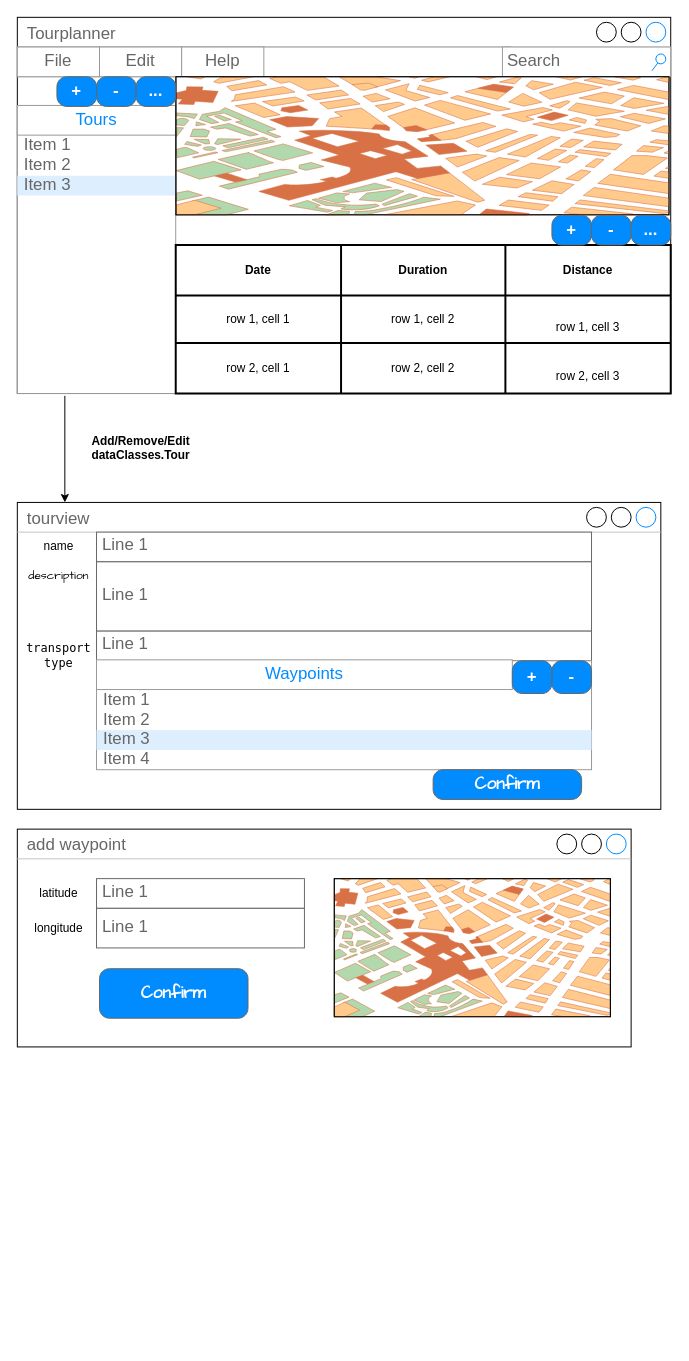
Earlier version of the draw.io diagram wireframe.drawio (GerritKreuzer/Tourplanner). Source tidied: cells renumbered, new cells numbered last; positions are measured from the earlier drawing's top-left corner, leaving out a move shared by most shapes. Both pictures are drawn from the tidied source at 99%, with x=0, y=0 at pixel (17, 17).
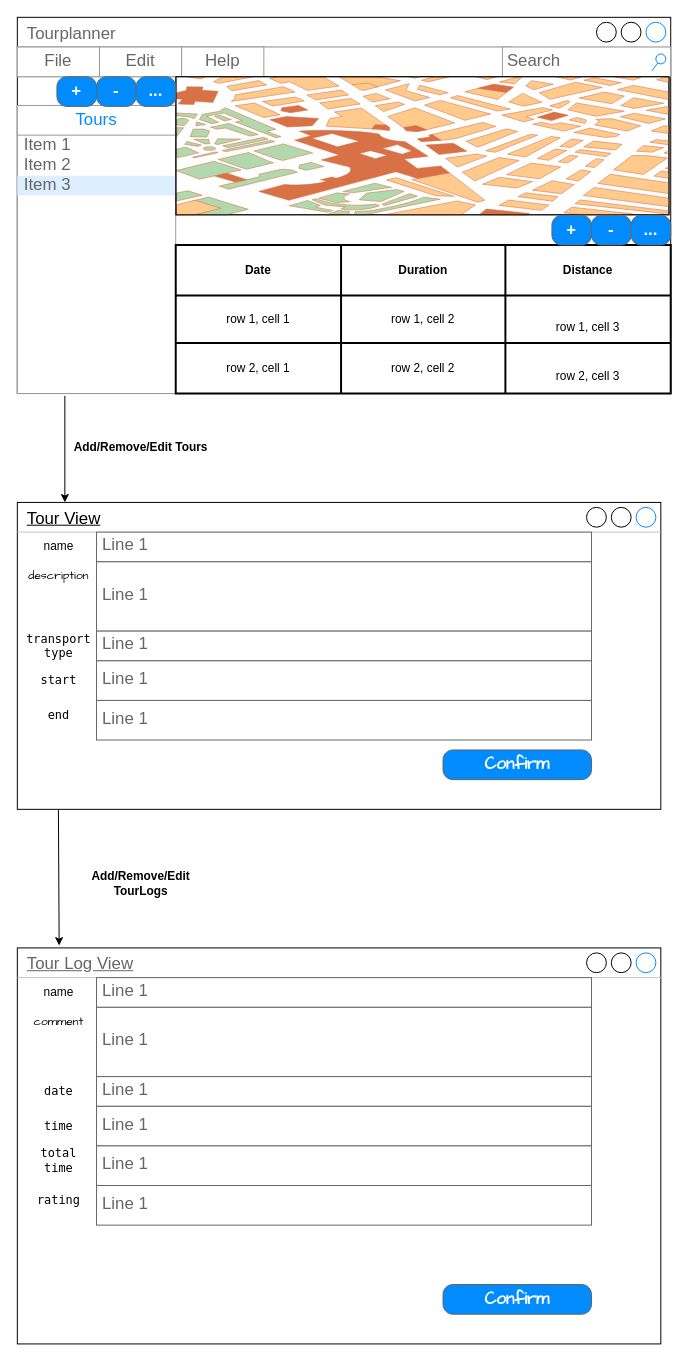
Above is the later version.

Diff of the diagram source:
```diff
@@
-    <mxCell id="34" value="&lt;b&gt;Add/Remove/Edit dataClasses.Tour&lt;br&gt;&lt;/b&gt;" style="text;html=1;strokeColor=none;fillColor=none;align=center;verticalAlign=middle;whiteSpace=wrap;rounded=0;" parent="1" vertex="1">
+    <mxCell id="34" value="&lt;div&gt;&lt;b&gt;Add/Remove/Edit Tours&lt;/b&gt;&lt;/div&gt;" style="text;html=1;strokeColor=none;fillColor=none;align=center;verticalAlign=middle;whiteSpace=wrap;rounded=0;" parent="1" vertex="1">
       <mxGeometry x="50" y="420" width="150" height="30" as="geometry" />
     </mxCell>
-    <mxCell id="35" value="tourview" style="strokeWidth=1;shadow=0;dashed=0;align=center;html=1;shape=mxgraph.mockup.containers.window;align=left;verticalAlign=top;spacingLeft=8;strokeColor2=#008cff;strokeColor3=#c4c4c4;fontColor=#666666;mainText=;fontSize=17;labelBackgroundColor=none;whiteSpace=wrap;" parent="1" vertex="1">
+    <mxCell id="35" value="Tour View" style="strokeWidth=1;shadow=0;dashed=0;align=center;html=1;shape=mxgraph.mockup.containers.window;align=left;verticalAlign=top;spacingLeft=8;strokeColor2=#008cff;strokeColor3=#c4c4c4;mainText=;fontSize=17;labelBackgroundColor=none;whiteSpace=wrap;fontStyle=4;" parent="1" vertex="1">
       <mxGeometry y="490" width="650" height="310" as="geometry" />
     </mxCell>
@@
     <mxCell id="41" value="transport type" style="text;html=1;strokeColor=none;fillColor=none;align=center;verticalAlign=middle;whiteSpace=wrap;rounded=0;fontFamily=Lucida Console;" parent="1" vertex="1">
-      <mxGeometry x="12" y="630" width="60" height="30" as="geometry" />
+      <mxGeometry x="12" y="620" width="60" height="30" as="geometry" />
     </mxCell>
-    <mxCell id="42" style="strokeWidth=1;shadow=0;dashed=0;align=center;html=1;shape=mxgraph.mockup.forms.rrect;rSize=0;strokeColor=#999999;fillColor=#ffffff;fontFamily=Comic Sans MS;" parent="1" vertex="1">
-      <mxGeometry x="80" y="650" width="500" height="110" as="geometry" />
-    </mxCell>
-    <mxCell id="43" value="Waypoints" style="strokeWidth=1;shadow=0;dashed=0;align=center;html=1;shape=mxgraph.mockup.forms.rrect;rSize=0;strokeColor=#999999;fontColor=#008cff;fontSize=17;fillColor=#ffffff;whiteSpace=wrap;" parent="42" vertex="1">
-      <mxGeometry width="420" height="30" relative="1" as="geometry">
-        <mxPoint y="-1" as="offset" />
-      </mxGeometry>
-    </mxCell>
-    <mxCell id="44" value="Item 1" style="strokeWidth=1;shadow=0;dashed=0;align=center;html=1;shape=mxgraph.mockup.forms.anchor;fontSize=17;fontColor=#666666;align=left;spacingLeft=5;whiteSpace=wrap;" parent="42" vertex="1">
-      <mxGeometry width="500" height="20" relative="1" as="geometry">
-        <mxPoint y="30" as="offset" />
-      </mxGeometry>
-    </mxCell>
-    <mxCell id="45" value="Item 2" style="strokeWidth=1;shadow=0;dashed=0;align=center;html=1;shape=mxgraph.mockup.forms.anchor;fontSize=17;fontColor=#666666;align=left;spacingLeft=5;whiteSpace=wrap;" parent="42" vertex="1">
-      <mxGeometry width="500" height="20" relative="1" as="geometry">
-        <mxPoint y="50" as="offset" />
-      </mxGeometry>
-    </mxCell>
-    <mxCell id="46" value="Item 3" style="strokeWidth=1;shadow=0;dashed=0;align=center;html=1;shape=mxgraph.mockup.forms.rrect;rSize=0;fontSize=17;fontColor=#666666;align=left;spacingLeft=5;fillColor=#ddeeff;strokeColor=none;whiteSpace=wrap;" parent="42" vertex="1">
-      <mxGeometry width="500" height="20" relative="1" as="geometry">
-        <mxPoint y="70" as="offset" />
-      </mxGeometry>
-    </mxCell>
-    <mxCell id="47" value="Item 4" style="strokeWidth=1;shadow=0;dashed=0;align=center;html=1;shape=mxgraph.mockup.forms.anchor;fontSize=17;fontColor=#666666;align=left;spacingLeft=5;whiteSpace=wrap;" parent="42" vertex="1">
-      <mxGeometry width="500" height="20" relative="1" as="geometry">
-        <mxPoint y="90" as="offset" />
-      </mxGeometry>
-    </mxCell>
-    <mxCell id="48" value="+" style="strokeWidth=1;shadow=0;dashed=0;align=center;html=1;shape=mxgraph.mockup.buttons.button;strokeColor=#666666;fontColor=#ffffff;mainText=;buttonStyle=round;fontSize=17;fontStyle=1;fillColor=#008cff;whiteSpace=wrap;" parent="42" vertex="1">
-      <mxGeometry x="420" width="40" height="33" as="geometry" />
-    </mxCell>
-    <mxCell id="49" value="-" style="strokeWidth=1;shadow=0;dashed=0;align=center;html=1;shape=mxgraph.mockup.buttons.button;strokeColor=#666666;fontColor=#ffffff;mainText=;buttonStyle=round;fontSize=17;fontStyle=1;fillColor=#008cff;whiteSpace=wrap;" parent="42" vertex="1">
-      <mxGeometry x="460" width="40" height="33" as="geometry" />
-    </mxCell>
-    <mxCell id="50" value="&lt;div&gt;add waypoint&lt;/div&gt;&lt;div&gt;&lt;br&gt;&lt;/div&gt;" style="strokeWidth=1;shadow=0;dashed=0;align=center;html=1;shape=mxgraph.mockup.containers.window;align=left;verticalAlign=top;spacingLeft=8;strokeColor2=#008cff;strokeColor3=#c4c4c4;fontColor=#666666;mainText=;fontSize=17;labelBackgroundColor=none;whiteSpace=wrap;" parent="1" vertex="1">
-      <mxGeometry y="820" width="620" height="220" as="geometry" />
-    </mxCell>
-    <mxCell id="51" value="Line 1" style="strokeWidth=1;shadow=0;dashed=0;align=center;html=1;shape=mxgraph.mockup.text.textBox;fontColor=#666666;align=left;fontSize=17;spacingLeft=4;spacingTop=-3;whiteSpace=wrap;strokeColor=#666666;mainText=;" parent="1" vertex="1">
-      <mxGeometry x="80" y="870" width="210" height="30" as="geometry" />
-    </mxCell>
-    <mxCell id="52" value="Line 1" style="strokeWidth=1;shadow=0;dashed=0;align=center;html=1;shape=mxgraph.mockup.text.textBox;fontColor=#666666;align=left;fontSize=17;spacingLeft=4;spacingTop=-3;whiteSpace=wrap;strokeColor=#666666;mainText=;" parent="1" vertex="1">
-      <mxGeometry x="80" y="900" width="210" height="40" as="geometry" />
-    </mxCell>
-    <mxCell id="53" value="latitude" style="text;html=1;strokeColor=none;fillColor=none;align=center;verticalAlign=middle;whiteSpace=wrap;rounded=0;" parent="1" vertex="1">
-      <mxGeometry x="12" y="870" width="60" height="30" as="geometry" />
-    </mxCell>
-    <mxCell id="54" value="longitude" style="text;html=1;strokeColor=none;fillColor=none;align=center;verticalAlign=middle;whiteSpace=wrap;rounded=0;" parent="1" vertex="1">
-      <mxGeometry x="12" y="905" width="60" height="30" as="geometry" />
-    </mxCell>
-    <mxCell id="55" style="verticalLabelPosition=bottom;shadow=0;dashed=0;align=center;html=1;verticalAlign=top;strokeWidth=1;shape=mxgraph.mockup.misc.map;" parent="1" vertex="1">
-      <mxGeometry x="320" y="870" width="280" height="140" as="geometry" />
-    </mxCell>
+    <mxCell id="57" value="Confirm" style="strokeWidth=1;shadow=0;dashed=0;align=center;html=1;shape=mxgraph.mockup.buttons.button;strokeColor=#666666;fontColor=#ffffff;mainText=;buttonStyle=round;fontSize=17;fontStyle=1;fillColor=#008cff;whiteSpace=wrap;fontFamily=Comic Sans MS;" parent="1" vertex="1">
+      <mxGeometry x="430" y="740" width="150" height="30" as="geometry" />
+    </mxCell>
+    <mxCell id="58" value="start" style="text;html=1;strokeColor=none;fillColor=none;align=center;verticalAlign=middle;whiteSpace=wrap;rounded=0;fontFamily=Lucida Console;" parent="1" vertex="1">
+      <mxGeometry x="12" y="655" width="60" height="30" as="geometry" />
+    </mxCell>
+    <mxCell id="59" value="Line 1" style="strokeWidth=1;shadow=0;dashed=0;align=center;html=1;shape=mxgraph.mockup.text.textBox;fontColor=#666666;align=left;fontSize=17;spacingLeft=4;spacingTop=-3;whiteSpace=wrap;strokeColor=#666666;mainText=;" parent="1" vertex="1">
+      <mxGeometry x="80" y="650" width="500" height="40" as="geometry" />
+    </mxCell>
+    <mxCell id="60" value="end" style="text;html=1;strokeColor=none;fillColor=none;align=center;verticalAlign=middle;whiteSpace=wrap;rounded=0;fontFamily=Lucida Console;" parent="1" vertex="1">
+      <mxGeometry x="12" y="690" width="60" height="30" as="geometry" />
+    </mxCell>
+    <mxCell id="61" value="Line 1" style="strokeWidth=1;shadow=0;dashed=0;align=center;html=1;shape=mxgraph.mockup.text.textBox;fontColor=#666666;align=left;fontSize=17;spacingLeft=4;spacingTop=-3;whiteSpace=wrap;strokeColor=#666666;mainText=;" parent="1" vertex="1">
+      <mxGeometry x="80" y="690" width="500" height="40" as="geometry" />
+    </mxCell>
+    <mxCell id="62" value="&lt;div&gt;Tour Log View&lt;/div&gt;&lt;div&gt;&lt;br&gt;&lt;/div&gt;" style="strokeWidth=1;shadow=0;dashed=0;align=center;html=1;shape=mxgraph.mockup.containers.window;align=left;verticalAlign=top;spacingLeft=8;strokeColor2=#008cff;strokeColor3=#c4c4c4;fontColor=#666666;mainText=;fontSize=17;labelBackgroundColor=none;whiteSpace=wrap;fontStyle=4;" parent="1" vertex="1">
+      <mxGeometry y="940" width="650" height="400" as="geometry" />
+    </mxCell>
+    <mxCell id="63" value="Line 1" style="strokeWidth=1;shadow=0;dashed=0;align=center;html=1;shape=mxgraph.mockup.text.textBox;fontColor=#666666;align=left;fontSize=17;spacingLeft=4;spacingTop=-3;whiteSpace=wrap;strokeColor=#666666;mainText=;" parent="1" vertex="1">
+      <mxGeometry x="80" y="970" width="500" height="30" as="geometry" />
+    </mxCell>
+    <mxCell id="64" value="Line 1" style="strokeWidth=1;shadow=0;dashed=0;align=center;html=1;shape=mxgraph.mockup.text.textBox;fontColor=#666666;align=left;fontSize=17;spacingLeft=4;spacingTop=-3;whiteSpace=wrap;strokeColor=#666666;mainText=;" parent="1" vertex="1">
+      <mxGeometry x="80" y="1000" width="500" height="70" as="geometry" />
+    </mxCell>
+    <mxCell id="65" value="Line 1" style="strokeWidth=1;shadow=0;dashed=0;align=center;html=1;shape=mxgraph.mockup.text.textBox;fontColor=#666666;align=left;fontSize=17;spacingLeft=4;spacingTop=-3;whiteSpace=wrap;strokeColor=#666666;mainText=;" parent="1" vertex="1">
+      <mxGeometry x="80" y="1070" width="500" height="30" as="geometry" />
+    </mxCell>
+    <mxCell id="66" value="name" style="text;html=1;strokeColor=none;fillColor=none;align=center;verticalAlign=middle;whiteSpace=wrap;rounded=0;" parent="1" vertex="1">
+      <mxGeometry x="12" y="970" width="60" height="30" as="geometry" />
+    </mxCell>
+    <mxCell id="67" value="comment" style="text;html=1;strokeColor=none;fillColor=none;align=center;verticalAlign=middle;whiteSpace=wrap;rounded=0;fontFamily=Comic Sans MS;" parent="1" vertex="1">
+      <mxGeometry x="12" y="1000" width="60" height="30" as="geometry" />
+    </mxCell>
+    <mxCell id="68" value="date" style="text;html=1;strokeColor=none;fillColor=none;align=center;verticalAlign=middle;whiteSpace=wrap;rounded=0;fontFamily=Lucida Console;" parent="1" vertex="1">
+      <mxGeometry x="12" y="1070" width="60" height="30" as="geometry" />
+    </mxCell>
     <mxCell id="56" value="Confirm" style="strokeWidth=1;shadow=0;dashed=0;align=center;html=1;shape=mxgraph.mockup.buttons.button;strokeColor=#666666;fontColor=#ffffff;mainText=;buttonStyle=round;fontSize=17;fontStyle=1;fillColor=#008cff;whiteSpace=wrap;fontFamily=Comic Sans MS;" parent="1" vertex="1">
-      <mxGeometry x="83" y="961" width="150" height="50" as="geometry" />
+      <mxGeometry x="430" y="1280" width="150" height="30" as="geometry" />
     </mxCell>
-    <mxCell id="57" value="Confirm" style="strokeWidth=1;shadow=0;dashed=0;align=center;html=1;shape=mxgraph.mockup.buttons.button;strokeColor=#666666;fontColor=#ffffff;mainText=;buttonStyle=round;fontSize=17;fontStyle=1;fillColor=#008cff;whiteSpace=wrap;fontFamily=Comic Sans MS;" parent="1" vertex="1">
-      <mxGeometry x="420" y="760" width="150" height="30" as="geometry" />
-    </mxCell>
+    <mxCell id="69" value="time" style="text;html=1;strokeColor=none;fillColor=none;align=center;verticalAlign=middle;whiteSpace=wrap;rounded=0;fontFamily=Lucida Console;" parent="1" vertex="1">
+      <mxGeometry x="12" y="1105" width="60" height="30" as="geometry" />
+    </mxCell>
+    <mxCell id="70" value="Line 1" style="strokeWidth=1;shadow=0;dashed=0;align=center;html=1;shape=mxgraph.mockup.text.textBox;fontColor=#666666;align=left;fontSize=17;spacingLeft=4;spacingTop=-3;whiteSpace=wrap;strokeColor=#666666;mainText=;" parent="1" vertex="1">
+      <mxGeometry x="80" y="1100" width="500" height="40" as="geometry" />
+    </mxCell>
+    <mxCell id="71" value="total time" style="text;html=1;strokeColor=none;fillColor=none;align=center;verticalAlign=middle;whiteSpace=wrap;rounded=0;fontFamily=Lucida Console;" parent="1" vertex="1">
+      <mxGeometry x="12" y="1140" width="60" height="30" as="geometry" />
+    </mxCell>
+    <mxCell id="72" value="Line 1" style="strokeWidth=1;shadow=0;dashed=0;align=center;html=1;shape=mxgraph.mockup.text.textBox;fontColor=#666666;align=left;fontSize=17;spacingLeft=4;spacingTop=-3;whiteSpace=wrap;strokeColor=#666666;mainText=;" parent="1" vertex="1">
+      <mxGeometry x="80" y="1140" width="500" height="40" as="geometry" />
+    </mxCell>
+    <mxCell id="73" style="endArrow=classic;html=1;rounded=0;exitX=0.3;exitY=1.008;exitDx=0;exitDy=0;exitPerimeter=0;entryX=0.065;entryY=-0.006;entryDx=0;entryDy=0;entryPerimeter=0;" parent="1" edge="1" target="62">
+      <mxGeometry relative="1" as="geometry">
+        <mxPoint x="41.5" y="800" as="sourcePoint" />
+      </mxGeometry>
+    </mxCell>
+    <mxCell id="74" value="&lt;b&gt;Add/Remove/Edit TourLogs&lt;br&gt;&lt;/b&gt;" style="text;html=1;strokeColor=none;fillColor=none;align=center;verticalAlign=middle;whiteSpace=wrap;rounded=0;" parent="1" vertex="1">
+      <mxGeometry x="50" y="860" width="150" height="30" as="geometry" />
+    </mxCell>
+    <mxCell id="75" value="Line 1" style="strokeWidth=1;shadow=0;dashed=0;align=center;html=1;shape=mxgraph.mockup.text.textBox;fontColor=#666666;align=left;fontSize=17;spacingLeft=4;spacingTop=-3;whiteSpace=wrap;strokeColor=#666666;mainText=;" parent="1" vertex="1">
+      <mxGeometry x="80" y="1180" width="500" height="40" as="geometry" />
+    </mxCell>
+    <mxCell id="76" value="rating" style="text;html=1;strokeColor=none;fillColor=none;align=center;verticalAlign=middle;whiteSpace=wrap;rounded=0;fontFamily=Lucida Console;" parent="1" vertex="1">
+      <mxGeometry x="12" y="1180" width="60" height="30" as="geometry" />
+    </mxCell>
```
